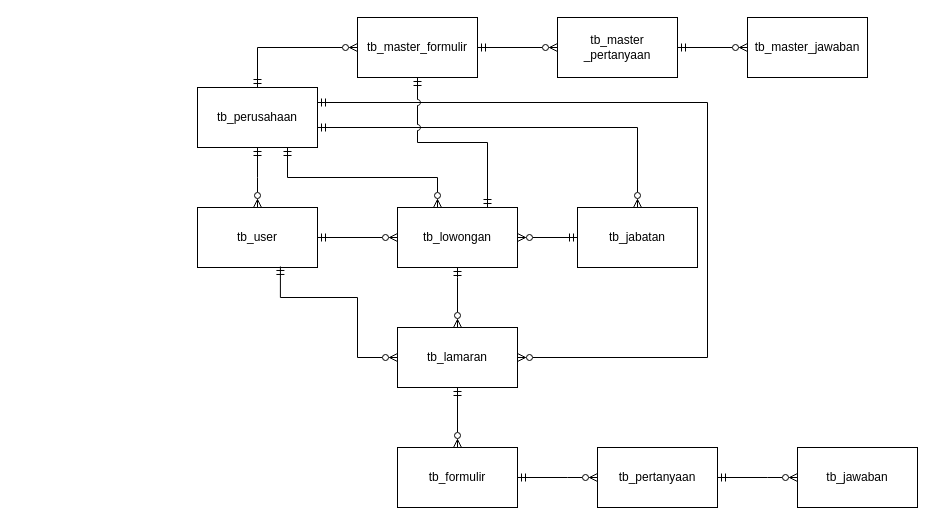
The draw.io diagram page "ERD v2" (4 of 5) of Rancanngan Basis Data.drawio in keys2505/tugas-akhir, before the edit. Source tidied: cells renumbered, new cells numbered last; positions are measured from the earlier drawing's top-left corner, leaving out a move shared by most shapes. Both pictures are drawn from the tidied source at 100%, with x=0, y=0 at pixel (197, 17).
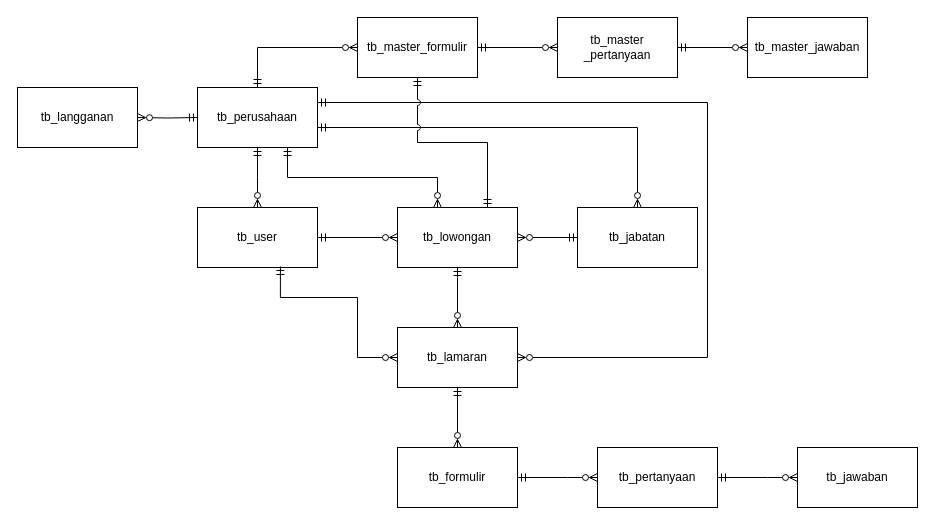
Above is the later version.

The edit, as a diff of the source:
```diff
@@
+    <mxCell id="28" value="tb_langganan" style="rounded=0;whiteSpace=wrap;html=1;" parent="1" vertex="1">
+      <mxGeometry x="-180" y="70" width="120" height="60" as="geometry" />
+    </mxCell>
+    <mxCell id="29" style="edgeStyle=orthogonalEdgeStyle;rounded=0;jettySize=auto;html=1;strokeColor=default;endArrow=ERzeroToMany;endFill=0;startArrow=ERmandOne;startFill=0;" parent="1" edge="1" target="28">
+      <mxGeometry relative="1" as="geometry">
+        <mxPoint y="100" as="sourcePoint" />
+      </mxGeometry>
+    </mxCell>
```
